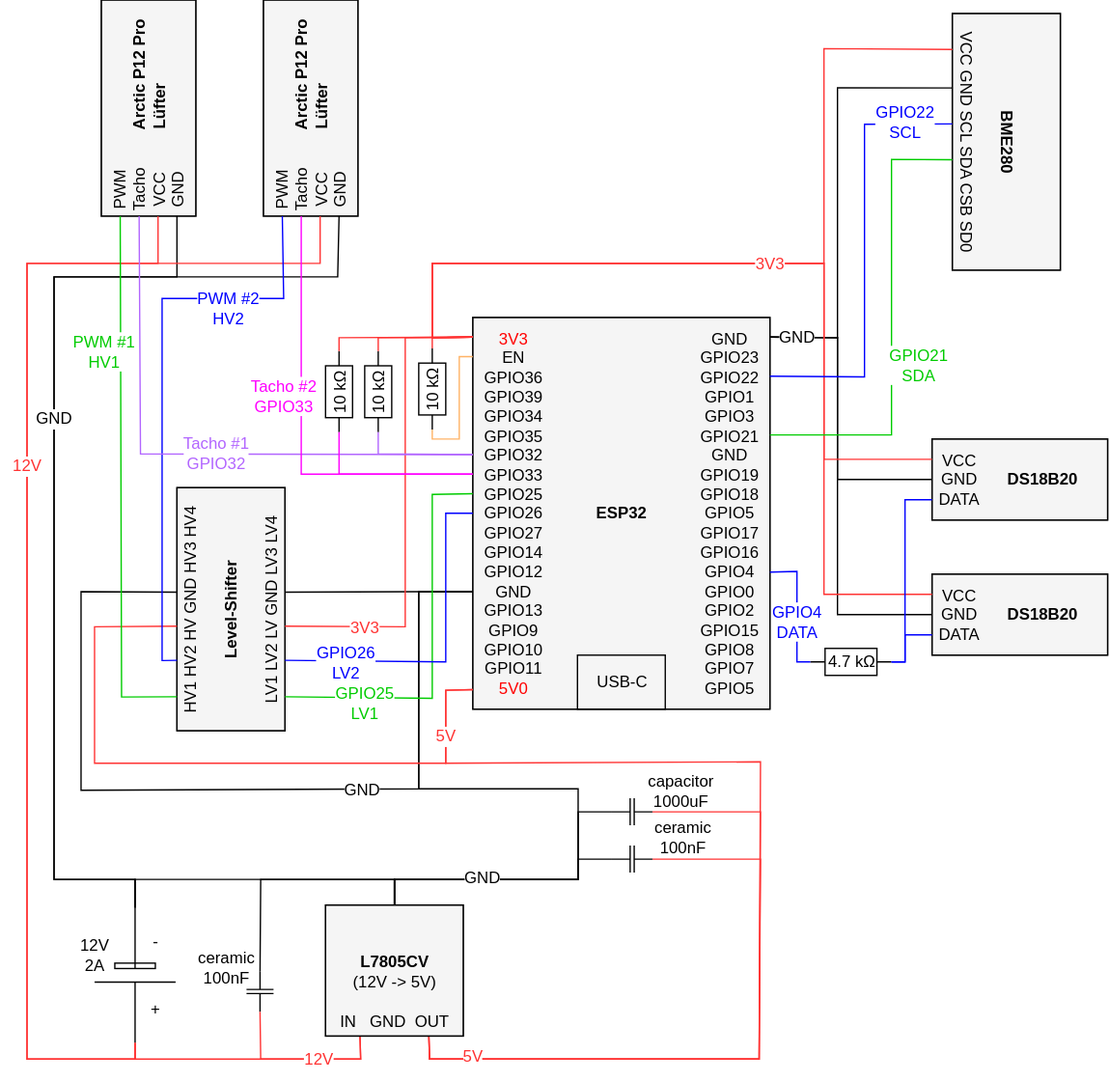
Before: hardware/rack_esp32_schaltplan.drawio.svg, a diagram exported from draw.io (dan1elw/ha-rack-monitor). Source tidied: cells renumbered, new cells last; positions are measured from the earlier drawing's top-left corner, leaving out a move shared by most shapes.
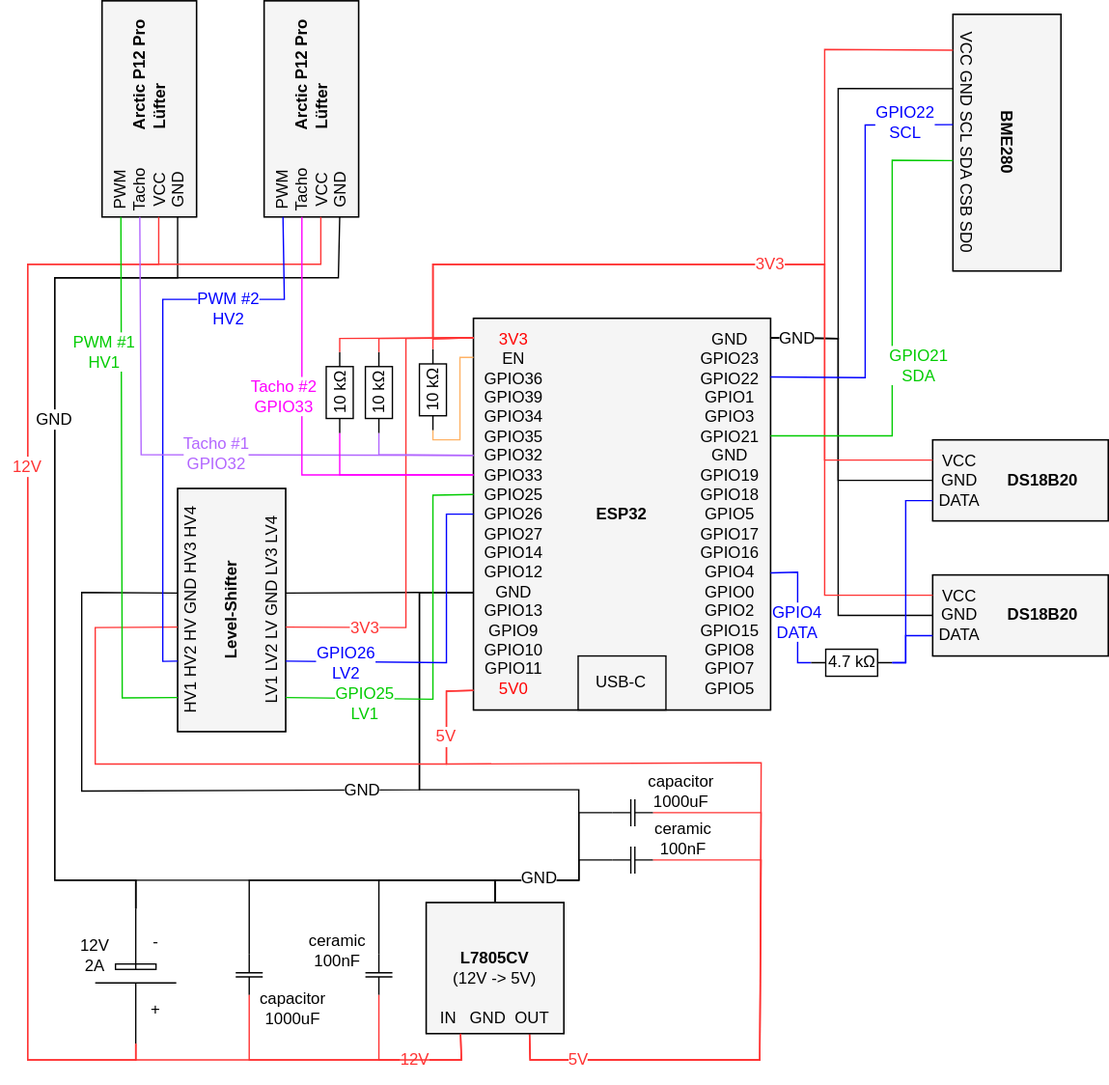
The same diagram one commit later.

Commit message:
add-1000uF-cap-on-12V-input-side

What changed in the source:
```diff
@@ -2,8 +2,11 @@
   <root>
     <mxCell id="0" />
     <mxCell id="1" parent="0" />
+    <mxCell id="114" value="capacitor 1000uF" style="text;html=1;whiteSpace=wrap;strokeColor=none;fillColor=none;align=center;verticalAlign=middle;rounded=0;labelBackgroundColor=default;" parent="1" vertex="1">
+      <mxGeometry x="185" y="695" width="63" height="30" as="geometry" />
+    </mxCell>
     <mxCell id="2" value="ceramic 100nF" style="text;html=1;whiteSpace=wrap;strokeColor=none;fillColor=none;align=center;verticalAlign=middle;rounded=0;labelBackgroundColor=default;" parent="1" vertex="1">
-      <mxGeometry x="136" y="665" width="63" height="30" as="geometry" />
+      <mxGeometry x="218" y="652" width="63" height="30" as="geometry" />
     </mxCell>
     <mxCell id="3" value="ceramic 100nF" style="text;html=1;whiteSpace=wrap;strokeColor=none;fillColor=none;align=center;verticalAlign=middle;rounded=0;labelBackgroundColor=default;" parent="1" vertex="1">
       <mxGeometry x="474" y="569" width="63" height="30" as="geometry" />
@@ -12,7 +15,7 @@
       <mxGeometry relative="1" as="geometry">
         <Array as="points">
           <mxPoint x="100" y="615" />
-          <mxPoint x="292" y="615" />
+          <mxPoint x="366" y="615" />
         </Array>
       </mxGeometry>
     </mxCell>
@@ -21,7 +24,7 @@
         <Array as="points">
           <mxPoint x="100" y="748" />
           <mxPoint x="193" y="748" />
-          <mxPoint x="267" y="748" />
+          <mxPoint x="341" y="748" />
         </Array>
       </mxGeometry>
     </mxCell>
@@ -236,7 +239,7 @@
     <mxCell id="55" style="endArrow=none;html=1;rounded=0;exitX=0.75;exitY=1;exitDx=0;exitDy=0;exitPerimeter=0;entryX=0;entryY=0.95;entryDx=0;entryDy=0;entryPerimeter=0;strokeColor=#FF3333;" parent="1" edge="1" source="104" target="36">
       <mxGeometry relative="1" as="geometry">
         <Array as="points">
-          <mxPoint x="318" y="748" />
+          <mxPoint x="392" y="748" />
           <mxPoint x="562" y="748" />
           <mxPoint x="563" y="528" />
           <mxPoint x="330" y="529" />
@@ -247,7 +250,7 @@
     <mxCell id="56" style="endArrow=none;html=1;rounded=0;exitX=0.5;exitY=1;exitDx=0;exitDy=0;exitPerimeter=0;entryX=0;entryY=0.7;entryDx=0;entryDy=0;entryPerimeter=0;" parent="1" edge="1" source="104" target="36">
       <mxGeometry relative="1" as="geometry">
         <Array as="points">
-          <mxPoint x="292" y="615" />
+          <mxPoint x="366" y="615" />
           <mxPoint x="428" y="615" />
           <mxPoint x="428" y="548" />
           <mxPoint x="310" y="548" />
@@ -461,7 +464,7 @@
     <mxCell id="93" style="endArrow=none;html=1;rounded=0;exitX=0.75;exitY=1;exitDx=0;exitDy=0;exitPerimeter=0;entryX=1;entryY=0.5;entryDx=0;entryDy=0;entryPerimeter=0;strokeColor=#FF3333;" parent="1" edge="1" source="104" target="92">
       <mxGeometry relative="1" as="geometry">
         <Array as="points">
-          <mxPoint x="318" y="748" />
+          <mxPoint x="392" y="748" />
           <mxPoint x="562" y="748" />
           <mxPoint x="563" y="600" />
         </Array>
@@ -470,7 +473,7 @@
     <mxCell id="94" style="endArrow=none;html=1;rounded=0;entryX=0;entryY=0.5;entryDx=0;entryDy=0;entryPerimeter=0;exitX=0.5;exitY=1;exitDx=0;exitDy=0;exitPerimeter=0;" parent="1" edge="1" source="104" target="92">
       <mxGeometry relative="1" as="geometry">
         <Array as="points">
-          <mxPoint x="292" y="615" />
+          <mxPoint x="366" y="615" />
           <mxPoint x="428" y="615" />
           <mxPoint x="428" y="600" />
         </Array>
@@ -485,7 +488,7 @@
     <mxCell id="97" style="endArrow=none;html=1;rounded=0;exitX=0.5;exitY=1;exitDx=0;exitDy=0;exitPerimeter=0;entryX=0;entryY=0.5;entryDx=0;entryDy=0;entryPerimeter=0;" parent="1" edge="1" source="104" target="96">
       <mxGeometry relative="1" as="geometry">
         <Array as="points">
-          <mxPoint x="292" y="615" />
+          <mxPoint x="366" y="615" />
           <mxPoint x="428" y="615" />
           <mxPoint x="428" y="565" />
         </Array>
@@ -494,48 +497,39 @@
     <mxCell id="98" style="endArrow=none;html=1;rounded=0;entryX=1;entryY=0.5;entryDx=0;entryDy=0;entryPerimeter=0;strokeColor=#FF3333;exitX=0.75;exitY=1;exitDx=0;exitDy=0;exitPerimeter=0;" parent="1" edge="1" source="104" target="96">
       <mxGeometry relative="1" as="geometry">
         <Array as="points">
-          <mxPoint x="318" y="748" />
+          <mxPoint x="392" y="748" />
           <mxPoint x="562" y="748" />
           <mxPoint x="563" y="565" />
         </Array>
       </mxGeometry>
     </mxCell>
     <mxCell id="99" style="verticalLabelPosition=bottom;shadow=0;dashed=0;align=center;html=1;verticalAlign=top;shape=mxgraph.electrical.capacitors.capacitor_1;rotation=-90;" parent="1" vertex="1">
-      <mxGeometry x="177.5" y="688" width="30" height="20" as="geometry" />
+      <mxGeometry x="265" y="675" width="30" height="20" as="geometry" />
     </mxCell>
     <mxCell id="100" style="endArrow=none;html=1;rounded=0;exitX=0;exitY=0.5;exitDx=0;exitDy=0;exitPerimeter=0;entryX=0.25;entryY=1;entryDx=0;entryDy=0;entryPerimeter=0;strokeColor=#FF3333;" parent="1" edge="1" source="99" target="104">
       <mxGeometry relative="1" as="geometry">
         <Array as="points">
-          <mxPoint x="193" y="748" />
-          <mxPoint x="267" y="748" />
+          <mxPoint x="280" y="748" />
+          <mxPoint x="341" y="748" />
         </Array>
       </mxGeometry>
     </mxCell>
     <mxCell id="101" style="endArrow=none;html=1;rounded=0;exitX=1;exitY=0.5;exitDx=0;exitDy=0;entryX=0.5;entryY=1;entryDx=0;entryDy=0;entryPerimeter=0;exitPerimeter=0;" parent="1" edge="1" source="99" target="104">
       <mxGeometry relative="1" as="geometry">
         <Array as="points">
-          <mxPoint x="193" y="615" />
-          <mxPoint x="292" y="615" />
+          <mxPoint x="280" y="615" />
+          <mxPoint x="366" y="615" />
         </Array>
       </mxGeometry>
     </mxCell>
-    <mxCell id="102" style="group;fillColor=#f5f5f5;fontColor=#333333;strokeColor=#666666;" parent="1" vertex="1">
-      <mxGeometry x="241" y="634" width="102" height="97" as="geometry" />
-    </mxCell>
-    <mxCell id="103" value="IN&amp;nbsp; &amp;nbsp;GND&amp;nbsp; OUT" style="text;html=1;whiteSpace=wrap;strokeColor=none;fillColor=none;align=center;verticalAlign=middle;rounded=0;" parent="102" vertex="1">
-      <mxGeometry y="74" width="102" height="23" as="geometry" />
-    </mxCell>
-    <mxCell id="104" value="&lt;b&gt;L7805CV&lt;/b&gt;&lt;div&gt;(12V -&amp;gt; 5V)&lt;/div&gt;" style="rounded=0;whiteSpace=wrap;html=1;points=[[0.25,1,0,0,0],[0.5,1,0,0,0],[0.75,1,0,0,0]];fillColor=none;" parent="102" vertex="1">
-      <mxGeometry width="102" height="97" as="geometry" />
-    </mxCell>
     <mxCell id="105" value="GND" style="text;html=1;whiteSpace=wrap;strokeColor=none;fillColor=none;align=center;verticalAlign=middle;rounded=0;labelBackgroundColor=default;" parent="1" vertex="1">
-      <mxGeometry x="327" y="599" width="60" height="30" as="geometry" />
+      <mxGeometry x="369" y="599" width="60" height="30" as="geometry" />
     </mxCell>
     <mxCell id="106" value="5V" style="text;html=1;whiteSpace=wrap;strokeColor=none;fillColor=none;align=center;verticalAlign=middle;rounded=0;fontColor=#FF3333;labelBackgroundColor=default;" parent="1" vertex="1">
-      <mxGeometry x="330" y="736" width="40" height="20" as="geometry" />
+      <mxGeometry x="408" y="738" width="40" height="20" as="geometry" />
     </mxCell>
     <mxCell id="107" value="12V" style="text;html=1;whiteSpace=wrap;strokeColor=none;fillColor=none;align=center;verticalAlign=middle;rounded=0;fontColor=#FF3333;labelBackgroundColor=default;" parent="1" vertex="1">
-      <mxGeometry x="216" y="738" width="40" height="20" as="geometry" />
+      <mxGeometry x="287" y="738" width="40" height="20" as="geometry" />
     </mxCell>
     <mxCell id="108" style="edgeStyle=orthogonalEdgeStyle;rounded=0;orthogonalLoop=1;jettySize=auto;html=1;exitX=0.5;exitY=1;exitDx=0;exitDy=0;" parent="1" edge="1" source="106" target="106">
       <mxGeometry relative="1" as="geometry" />
@@ -565,5 +559,33 @@
         </Array>
       </mxGeometry>
     </mxCell>
+    <mxCell id="115" style="verticalLabelPosition=bottom;shadow=0;dashed=0;align=center;html=1;verticalAlign=top;shape=mxgraph.electrical.capacitors.capacitor_1;rotation=-90;" parent="1" vertex="1">
+      <mxGeometry x="169" y="675" width="30" height="20" as="geometry" />
+    </mxCell>
+    <mxCell id="116" style="endArrow=none;html=1;rounded=0;exitX=1;exitY=0.5;exitDx=0;exitDy=0;entryX=0.5;entryY=1;entryDx=0;entryDy=0;entryPerimeter=0;exitPerimeter=0;" parent="1" edge="1" source="115" target="104">
+      <mxGeometry relative="1" as="geometry">
+        <Array as="points">
+          <mxPoint x="184" y="615" />
+          <mxPoint x="366" y="615" />
+        </Array>
+      </mxGeometry>
+    </mxCell>
+    <mxCell id="102" style="group;fillColor=#f5f5f5;fontColor=#333333;strokeColor=#666666;" parent="1" vertex="1">
+      <mxGeometry x="315" y="631.5" width="102" height="97" as="geometry" />
+    </mxCell>
+    <mxCell id="103" value="IN&amp;nbsp; &amp;nbsp;GND&amp;nbsp; OUT" style="text;html=1;whiteSpace=wrap;strokeColor=none;fillColor=none;align=center;verticalAlign=middle;rounded=0;" parent="102" vertex="1">
+      <mxGeometry y="74" width="102" height="23" as="geometry" />
+    </mxCell>
+    <mxCell id="104" value="&lt;b&gt;L7805CV&lt;/b&gt;&lt;div&gt;(12V -&amp;gt; 5V)&lt;/div&gt;" style="rounded=0;whiteSpace=wrap;html=1;points=[[0.25,1,0,0,0],[0.5,1,0,0,0],[0.75,1,0,0,0]];fillColor=none;" parent="102" vertex="1">
+      <mxGeometry width="102" height="97" as="geometry" />
+    </mxCell>
+    <mxCell id="117" style="endArrow=none;html=1;rounded=0;exitX=0;exitY=0.5;exitDx=0;exitDy=0;exitPerimeter=0;entryX=0.25;entryY=1;entryDx=0;entryDy=0;entryPerimeter=0;strokeColor=#FF3333;" parent="1" edge="1" source="115" target="104">
+      <mxGeometry relative="1" as="geometry">
+        <Array as="points">
+          <mxPoint x="184" y="748" />
+          <mxPoint x="341" y="748" />
+        </Array>
+      </mxGeometry>
+    </mxCell>
   </root>
 </mxGraphModel>
```
